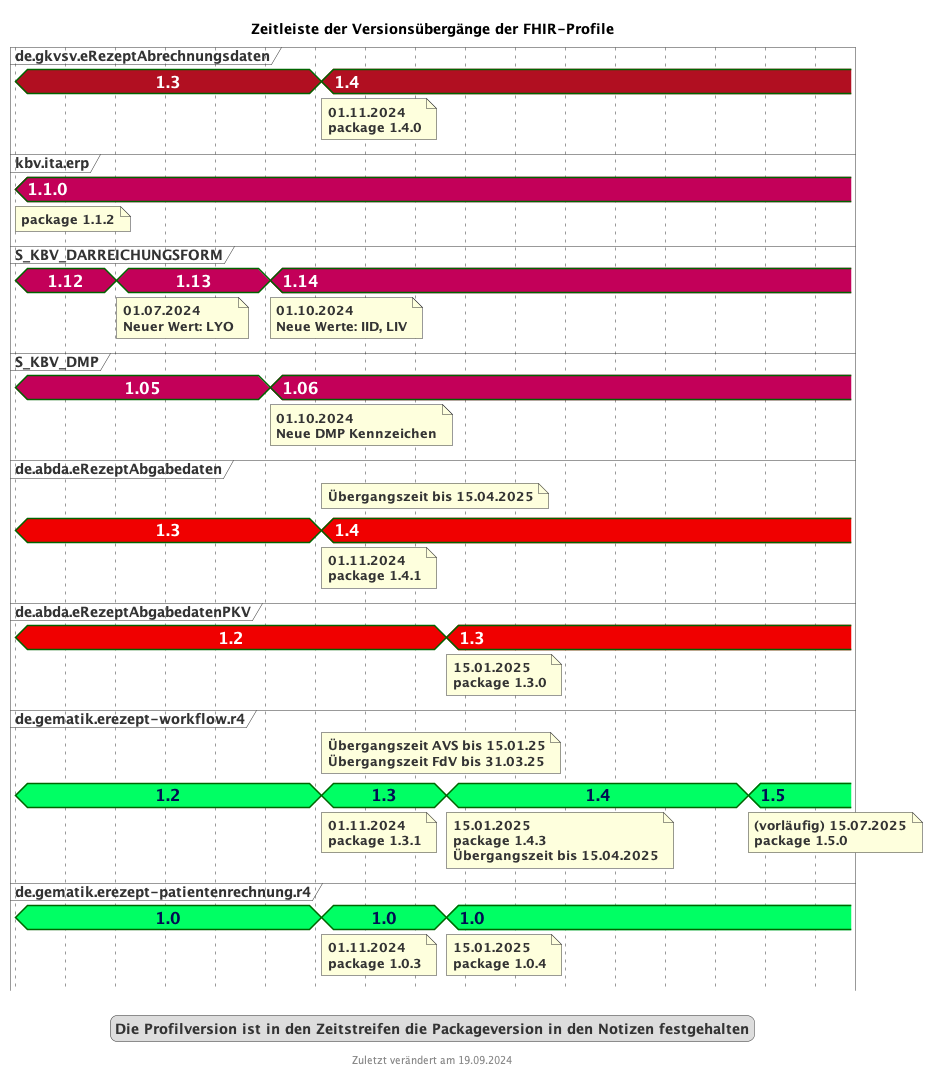
Above: images/puml_fhir_version_timeline.png in gematik/api-erp (PlantUML), before the change.
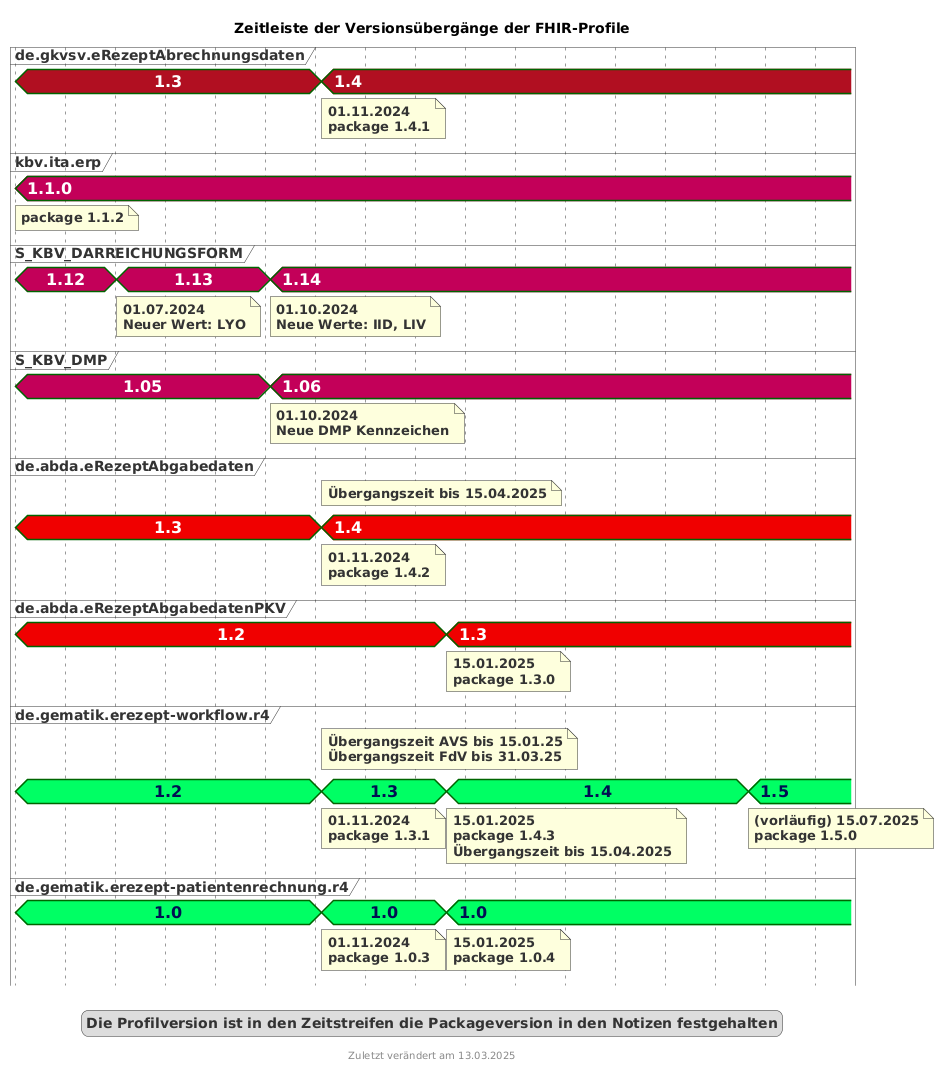
After the change.

Commit message:
update the FHIR Version page

What changed in the source:
```diff
@@ -28,7 +28,7 @@
 }
 </style>
 title Zeitleiste der Versionsübergänge der FHIR-Profile
-footer Zuletzt verändert am 19.09.2024
+footer Zuletzt verändert am 13.03.2025
 
 
 concise "de.gkvsv.eRezeptAbrechnungsdaten" as GKV <<gkvcolor>>
@@ -67,10 +67,10 @@
 
 @2024/11/01
 GKV is 1.4
-note bottom of GKV : 01.11.2024\npackage 1.4.0
+note bottom of GKV : 01.11.2024\npackage 1.4.1
 DAV is 1.4
 note top of DAV: Übergangszeit bis 15.04.2025
-note bottom of DAV : 01.11.2024\npackage 1.4.1
+note bottom of DAV : 01.11.2024\npackage 1.4.2
 gematik is 1.3
 note top of gematik: Übergangszeit AVS bis 15.01.25\nÜbergangszeit FdV bis 31.03.25
 note bottom of gematik : 01.11.2024\npackage 1.3.1
```
